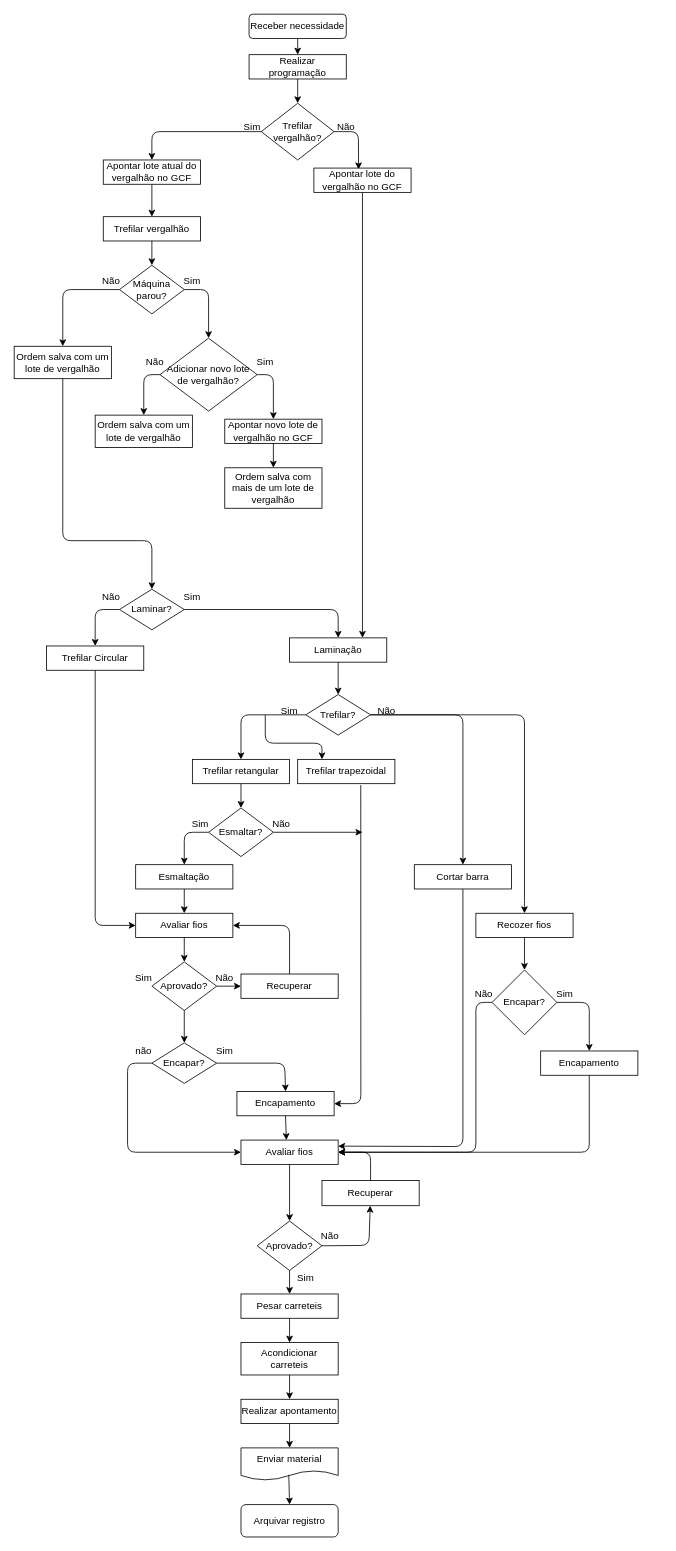
zeca-esp/disney.github.io keeps this draw.io diagram as Untitled Diagram.drawio. Above is the earlier version. Source tidied: cells renumbered, new cells numbered last; positions are measured from the earlier drawing's top-left corner, leaving out a move shared by most shapes. Both pictures are drawn from the tidied source at 81%, with x=0, y=0 at pixel (14, 14).
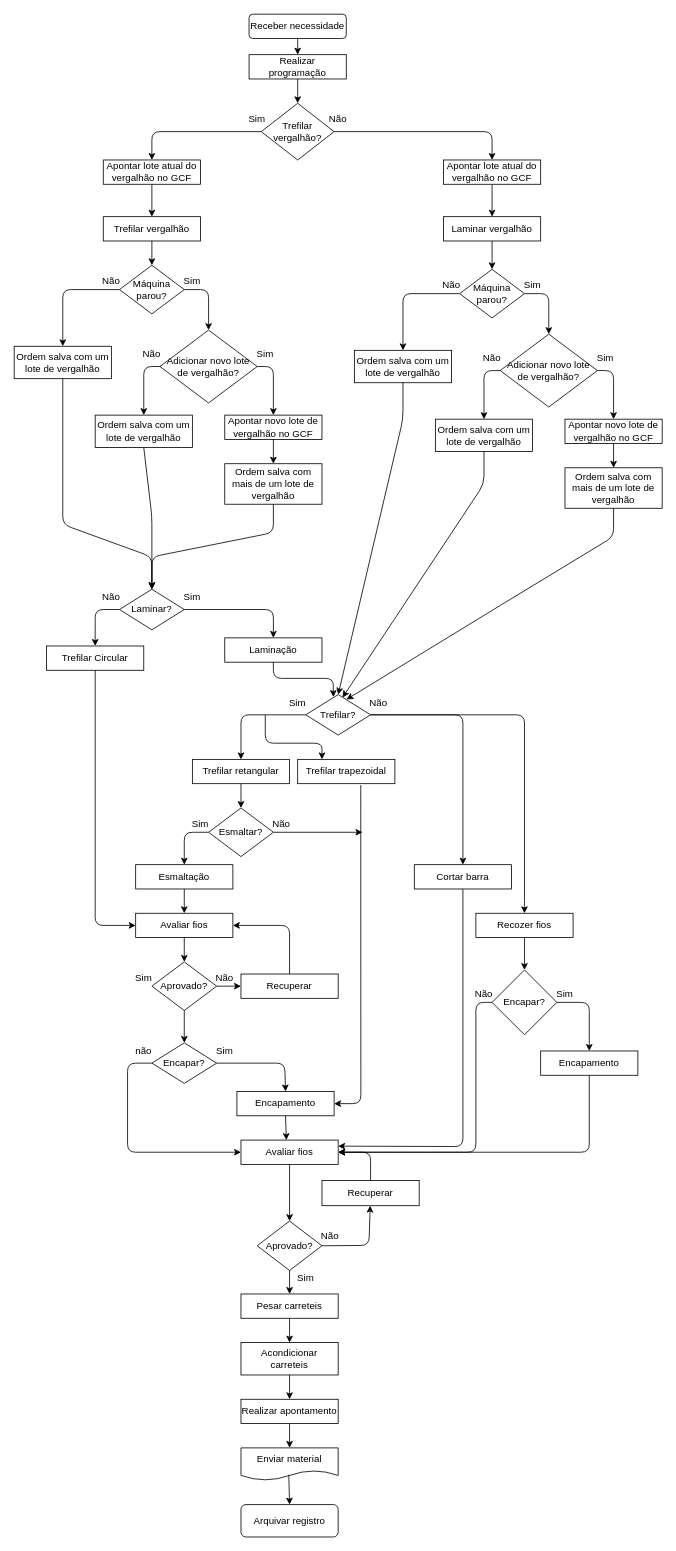
The same page after the edit.

The change refers to these unchanged cells:
```xml
<mxCell id="4" value="Trefilar vergalhão?" style="rhombus;whiteSpace=wrap;html=1;" parent="1" vertex="1">
  <mxGeometry x="305" y="110" width="90" height="70" as="geometry" />
</mxCell>
<mxCell id="7" value="Laminar?" style="rhombus;whiteSpace=wrap;html=1;" parent="1" vertex="1">
  <mxGeometry x="130" y="710" width="80" height="50" as="geometry" />
</mxCell>
<mxCell id="21" value="Trefilar?" style="rhombus;whiteSpace=wrap;html=1;" parent="1" vertex="1">
  <mxGeometry x="360" y="840" width="80" height="50" as="geometry" />
</mxCell>
<mxCell id="65" value="Recozer fios" style="rounded=0;whiteSpace=wrap;html=1;" parent="1" vertex="1">
  <mxGeometry x="570" y="1110" width="120" height="30" as="geometry" />
</mxCell>
<mxCell id="99" value="Ordem salva com um lote de vergalhão" style="rounded=0;whiteSpace=wrap;html=1;" parent="1" vertex="1">
  <mxGeometry y="410" width="120" height="40" as="geometry" />
</mxCell>
<mxCell id="100" value="Ordem salva com um lote de vergalhão" style="rounded=0;whiteSpace=wrap;html=1;" parent="1" vertex="1">
  <mxGeometry x="100" y="495" width="120" height="40" as="geometry" />
</mxCell>
```

Diff of the diagram source:
```diff
@@
     <mxCell id="11" value="Sim" style="text;html=1;strokeColor=none;fillColor=none;align=center;verticalAlign=middle;whiteSpace=wrap;rounded=0;" parent="1" vertex="1">
-      <mxGeometry x="274" y="130" width="40" height="20" as="geometry" />
+      <mxGeometry x="280" y="120" width="40" height="20" as="geometry" />
     </mxCell>
@@
     <mxCell id="13" value="Não" style="text;html=1;strokeColor=none;fillColor=none;align=center;verticalAlign=middle;whiteSpace=wrap;rounded=0;" parent="1" vertex="1">
-      <mxGeometry x="390" y="130" width="40" height="20" as="geometry" />
+      <mxGeometry x="380" y="120" width="40" height="20" as="geometry" />
     </mxCell>
@@
     <mxCell id="16" value="Laminação" style="rounded=0;whiteSpace=wrap;html=1;" parent="1" vertex="1">
-      <mxGeometry x="340" y="770" width="120" height="30" as="geometry" />
+      <mxGeometry x="260" y="770" width="120" height="30" as="geometry" />
     </mxCell>
     <mxCell id="17" style="endArrow=classic;html=1;exitX=1;exitY=0.5;exitDx=0;exitDy=0;entryX=0.5;entryY=0;entryDx=0;entryDy=0;" parent="1" edge="1" source="7" target="16">
       <mxGeometry relative="1" as="geometry">
         <Array as="points">
-          <mxPoint x="400" y="735" />
+          <mxPoint x="320" y="735" />
         </Array>
       </mxGeometry>
     </mxCell>
@@
-    <mxCell id="19" style="endArrow=classic;html=1;exitX=1;exitY=0.5;exitDx=0;exitDy=0;entryX=0.46;entryY=0.055;entryDx=0;entryDy=0;entryPerimeter=0;" parent="1" edge="1" source="4" target="87">
+    <mxCell id="19" style="endArrow=classic;html=1;exitX=1;exitY=0.5;exitDx=0;exitDy=0;entryX=0.5;entryY=0;entryDx=0;entryDy=0;" parent="1" edge="1" source="4" target="87">
       <mxGeometry relative="1" as="geometry">
         <Array as="points">
-          <mxPoint x="425" y="145" />
+          <mxPoint x="590" y="145" />
         </Array>
       </mxGeometry>
     </mxCell>
-    <mxCell id="20" style="endArrow=classic;html=1;exitX=0.5;exitY=1;exitDx=0;exitDy=0;entryX=0.75;entryY=0;entryDx=0;entryDy=0;" parent="1" edge="1" source="87" target="16">
+    <mxCell id="20" style="endArrow=classic;html=1;exitX=0.5;exitY=1;exitDx=0;exitDy=0;entryX=0.5;entryY=0;entryDx=0;entryDy=0;" parent="1" edge="1" source="87" target="107">
       <mxGeometry relative="1" as="geometry" />
     </mxCell>
@@
-    <mxCell id="24" style="endArrow=classic;html=1;entryX=0.5;entryY=0;entryDx=0;entryDy=0;exitX=0.5;exitY=1;exitDx=0;exitDy=0;" parent="1" edge="1" source="16" target="21">
-      <mxGeometry relative="1" as="geometry" />
+    <mxCell id="24" style="endArrow=classic;html=1;entryX=0.425;entryY=0.06;entryDx=0;entryDy=0;exitX=0.5;exitY=1;exitDx=0;exitDy=0;entryPerimeter=0;" parent="1" edge="1" source="16" target="21">
+      <mxGeometry relative="1" as="geometry">
+        <Array as="points">
+          <mxPoint x="320" y="820" />
+          <mxPoint x="394" y="820" />
+        </Array>
+      </mxGeometry>
     </mxCell>
@@
     <mxCell id="29" value="Sim" style="text;html=1;strokeColor=none;fillColor=none;align=center;verticalAlign=middle;whiteSpace=wrap;rounded=0;" parent="1" vertex="1">
-      <mxGeometry x="320" y="850" width="40" height="20" as="geometry" />
+      <mxGeometry x="330" y="840" width="40" height="20" as="geometry" />
     </mxCell>
     <mxCell id="30" value="Não" style="text;html=1;strokeColor=none;fillColor=none;align=center;verticalAlign=middle;whiteSpace=wrap;rounded=0;" parent="1" vertex="1">
-      <mxGeometry x="440" y="850" width="40" height="20" as="geometry" />
+      <mxGeometry x="430" y="840" width="40" height="20" as="geometry" />
     </mxCell>
@@
-    <mxCell id="64" style="endArrow=classic;html=1;entryX=0.5;entryY=0;entryDx=0;entryDy=0;exitX=0;exitY=0.75;exitDx=0;exitDy=0;" parent="1" edge="1" source="30" target="65">
+    <mxCell id="64" style="endArrow=classic;html=1;entryX=0.5;entryY=0;entryDx=0;entryDy=0;exitX=1;exitY=0.5;exitDx=0;exitDy=0;" parent="1" edge="1" source="21" target="65">
       <mxGeometry relative="1" as="geometry">
         <Array as="points">
           <mxPoint x="630" y="865" />
           <mxPoint x="630" y="1100" />
         </Array>
       </mxGeometry>
     </mxCell>
@@
-    <mxCell id="87" value="Apontar lote do vergalhão no GCF" style="rounded=0;whiteSpace=wrap;html=1;" parent="1" vertex="1">
-      <mxGeometry x="370" y="190" width="120" height="30" as="geometry" />
+    <mxCell id="87" value="Apontar lote atual do vergalhão no GCF" style="rounded=0;whiteSpace=wrap;html=1;" parent="1" vertex="1">
+      <mxGeometry x="530" y="180" width="120" height="30" as="geometry" />
     </mxCell>
@@
     <mxCell id="93" value="Adicionar novo lote de vergalhão?" style="rhombus;whiteSpace=wrap;html=1;" parent="1" vertex="1">
-      <mxGeometry x="180" y="400" width="120" height="90" as="geometry" />
+      <mxGeometry x="180" y="390" width="120" height="90" as="geometry" />
     </mxCell>
     <mxCell id="94" style="endArrow=classic;html=1;exitX=0;exitY=0.5;exitDx=0;exitDy=0;entryX=0.5;entryY=0;entryDx=0;entryDy=0;" parent="1" edge="1" source="93" target="100">
       <mxGeometry relative="1" as="geometry">
         <Array as="points">
-          <mxPoint x="160" y="445" />
+          <mxPoint x="160" y="435" />
         </Array>
       </mxGeometry>
     </mxCell>
     <mxCell id="95" value="Não" style="text;html=1;strokeColor=none;fillColor=none;align=center;verticalAlign=middle;whiteSpace=wrap;rounded=0;" parent="1" vertex="1">
-      <mxGeometry x="154" y="420" width="40" height="20" as="geometry" />
+      <mxGeometry x="150" y="410" width="40" height="20" as="geometry" />
     </mxCell>
     <mxCell id="96" style="endArrow=classic;html=1;exitX=1;exitY=0.5;exitDx=0;exitDy=0;entryX=0.5;entryY=0;entryDx=0;entryDy=0;" parent="1" edge="1" source="93" target="98">
       <mxGeometry relative="1" as="geometry">
         <Array as="points">
-          <mxPoint x="320" y="445" />
+          <mxPoint x="320" y="435" />
         </Array>
       </mxGeometry>
     </mxCell>
     <mxCell id="97" value="Sim" style="text;html=1;strokeColor=none;fillColor=none;align=center;verticalAlign=middle;whiteSpace=wrap;rounded=0;" parent="1" vertex="1">
-      <mxGeometry x="290" y="420" width="40" height="20" as="geometry" />
+      <mxGeometry x="290" y="410" width="40" height="20" as="geometry" />
     </mxCell>
     <mxCell id="98" value="Apontar novo lote de vergalhão no GCF" style="rounded=0;whiteSpace=wrap;html=1;" parent="1" vertex="1">
-      <mxGeometry x="260" y="500" width="120" height="30" as="geometry" />
+      <mxGeometry x="260" y="495" width="120" height="30" as="geometry" />
     </mxCell>
@@
     <mxCell id="102" value="Ordem salva com mais de um lote de vergalhão" style="rounded=0;whiteSpace=wrap;html=1;" parent="1" vertex="1">
-      <mxGeometry x="260" y="560" width="120" height="50" as="geometry" />
+      <mxGeometry x="260" y="555" width="120" height="50" as="geometry" />
     </mxCell>
@@
     <mxCell id="104" style="endArrow=classic;html=1;entryX=0.5;entryY=0;entryDx=0;entryDy=0;exitX=0.5;exitY=1;exitDx=0;exitDy=0;" parent="1" edge="1" source="99" target="7">
       <mxGeometry relative="1" as="geometry">
         <Array as="points">
-          <mxPoint x="60" y="650" />
-          <mxPoint x="170" y="650" />
+          <mxPoint x="60" y="630" />
+          <mxPoint x="170" y="670" />
         </Array>
       </mxGeometry>
     </mxCell>
+    <mxCell id="105" style="endArrow=classic;html=1;exitX=0.5;exitY=1;exitDx=0;exitDy=0;entryX=0.5;entryY=0;entryDx=0;entryDy=0;" parent="1" edge="1" source="100" target="7">
+      <mxGeometry relative="1" as="geometry">
+        <Array as="points">
+          <mxPoint x="170" y="620" />
+        </Array>
+      </mxGeometry>
+    </mxCell>
+    <mxCell id="106" style="endArrow=classic;html=1;entryX=0.5;entryY=0;entryDx=0;entryDy=0;exitX=0.5;exitY=1;exitDx=0;exitDy=0;" parent="1" edge="1" source="102" target="7">
+      <mxGeometry relative="1" as="geometry">
+        <Array as="points">
+          <mxPoint x="320" y="640" />
+          <mxPoint x="170" y="670" />
+        </Array>
+      </mxGeometry>
+    </mxCell>
+    <mxCell id="107" value="Laminar vergalhão" style="rounded=0;whiteSpace=wrap;html=1;" parent="1" vertex="1">
+      <mxGeometry x="530" y="250" width="120" height="30" as="geometry" />
+    </mxCell>
+    <mxCell id="108" value="Máquina parou?" style="rhombus;whiteSpace=wrap;html=1;" parent="1" vertex="1">
+      <mxGeometry x="550" y="315" width="80" height="60" as="geometry" />
+    </mxCell>
+    <mxCell id="109" style="endArrow=classic;html=1;exitX=1;exitY=0.5;exitDx=0;exitDy=0;entryX=0.5;entryY=0;entryDx=0;entryDy=0;" parent="1" edge="1" source="108" target="113">
+      <mxGeometry relative="1" as="geometry">
+        <Array as="points">
+          <mxPoint x="660" y="345" />
+        </Array>
+      </mxGeometry>
+    </mxCell>
+    <mxCell id="110" style="endArrow=classic;html=1;exitX=0;exitY=0.5;exitDx=0;exitDy=0;entryX=0.5;entryY=0;entryDx=0;entryDy=0;" parent="1" edge="1" source="108" target="119">
+      <mxGeometry relative="1" as="geometry">
+        <Array as="points">
+          <mxPoint x="480" y="345" />
+        </Array>
+      </mxGeometry>
+    </mxCell>
+    <mxCell id="111" value="Sim" style="text;html=1;strokeColor=none;fillColor=none;align=center;verticalAlign=middle;whiteSpace=wrap;rounded=0;" parent="1" vertex="1">
+      <mxGeometry x="620" y="325" width="40" height="20" as="geometry" />
+    </mxCell>
+    <mxCell id="112" value="Não" style="text;html=1;strokeColor=none;fillColor=none;align=center;verticalAlign=middle;whiteSpace=wrap;rounded=0;" parent="1" vertex="1">
+      <mxGeometry x="520" y="325" width="40" height="20" as="geometry" />
+    </mxCell>
+    <mxCell id="113" value="Adicionar novo lote de vergalhão?" style="rhombus;whiteSpace=wrap;html=1;" parent="1" vertex="1">
+      <mxGeometry x="600" y="395" width="120" height="90" as="geometry" />
+    </mxCell>
+    <mxCell id="114" style="endArrow=classic;html=1;exitX=0;exitY=0.5;exitDx=0;exitDy=0;entryX=0.5;entryY=0;entryDx=0;entryDy=0;" parent="1" edge="1" source="113" target="120">
+      <mxGeometry relative="1" as="geometry">
+        <Array as="points">
+          <mxPoint x="580" y="440" />
+        </Array>
+      </mxGeometry>
+    </mxCell>
+    <mxCell id="115" value="Não" style="text;html=1;strokeColor=none;fillColor=none;align=center;verticalAlign=middle;whiteSpace=wrap;rounded=0;" parent="1" vertex="1">
+      <mxGeometry x="570" y="415" width="40" height="20" as="geometry" />
+    </mxCell>
+    <mxCell id="116" style="endArrow=classic;html=1;exitX=1;exitY=0.5;exitDx=0;exitDy=0;entryX=0.5;entryY=0;entryDx=0;entryDy=0;" parent="1" edge="1" source="113" target="118">
+      <mxGeometry relative="1" as="geometry">
+        <Array as="points">
+          <mxPoint x="740" y="440" />
+        </Array>
+      </mxGeometry>
+    </mxCell>
+    <mxCell id="117" value="Sim" style="text;html=1;strokeColor=none;fillColor=none;align=center;verticalAlign=middle;whiteSpace=wrap;rounded=0;" parent="1" vertex="1">
+      <mxGeometry x="710" y="415" width="40" height="20" as="geometry" />
+    </mxCell>
+    <mxCell id="118" value="Apontar novo lote de vergalhão no GCF" style="rounded=0;whiteSpace=wrap;html=1;" parent="1" vertex="1">
+      <mxGeometry x="680" y="500" width="120" height="30" as="geometry" />
+    </mxCell>
+    <mxCell id="119" value="Ordem salva com um lote de vergalhão" style="rounded=0;whiteSpace=wrap;html=1;" parent="1" vertex="1">
+      <mxGeometry x="420" y="415" width="120" height="40" as="geometry" />
+    </mxCell>
+    <mxCell id="120" value="Ordem salva com um lote de vergalhão" style="rounded=0;whiteSpace=wrap;html=1;" parent="1" vertex="1">
+      <mxGeometry x="520" y="500" width="120" height="40" as="geometry" />
+    </mxCell>
+    <mxCell id="121" style="endArrow=classic;html=1;exitX=0.5;exitY=1;exitDx=0;exitDy=0;entryX=0.5;entryY=0;entryDx=0;entryDy=0;" parent="1" edge="1" source="118" target="122">
+      <mxGeometry relative="1" as="geometry" />
+    </mxCell>
+    <mxCell id="122" value="Ordem salva com mais de um lote de vergalhão" style="rounded=0;whiteSpace=wrap;html=1;" parent="1" vertex="1">
+      <mxGeometry x="680" y="560" width="120" height="50" as="geometry" />
+    </mxCell>
+    <mxCell id="123" style="endArrow=classic;html=1;exitX=0.5;exitY=1;exitDx=0;exitDy=0;" parent="1" edge="1" source="119">
+      <mxGeometry relative="1" as="geometry">
+        <mxPoint x="400" y="840" as="targetPoint" />
+        <Array as="points">
+          <mxPoint x="480" y="500" />
+        </Array>
+      </mxGeometry>
+    </mxCell>
+    <mxCell id="124" style="endArrow=classic;html=1;exitX=0.5;exitY=1;exitDx=0;exitDy=0;entryX=0.567;entryY=0.073;entryDx=0;entryDy=0;entryPerimeter=0;" parent="1" edge="1" source="120" target="21">
+      <mxGeometry relative="1" as="geometry">
+        <Array as="points">
+          <mxPoint x="580" y="580" />
+        </Array>
+      </mxGeometry>
+    </mxCell>
+    <mxCell id="125" style="endArrow=classic;html=1;exitX=0.5;exitY=1;exitDx=0;exitDy=0;entryX=0.629;entryY=0.12;entryDx=0;entryDy=0;entryPerimeter=0;" parent="1" edge="1" source="122" target="21">
+      <mxGeometry relative="1" as="geometry">
+        <Array as="points">
+          <mxPoint x="740" y="645" />
+          <mxPoint x="600" y="730" />
+        </Array>
+      </mxGeometry>
+    </mxCell>
+    <mxCell id="126" style="endArrow=classic;html=1;exitX=0.5;exitY=1;exitDx=0;exitDy=0;entryX=0.5;entryY=0;entryDx=0;entryDy=0;" parent="1" edge="1" source="107" target="108">
+      <mxGeometry relative="1" as="geometry" />
+    </mxCell>
```
